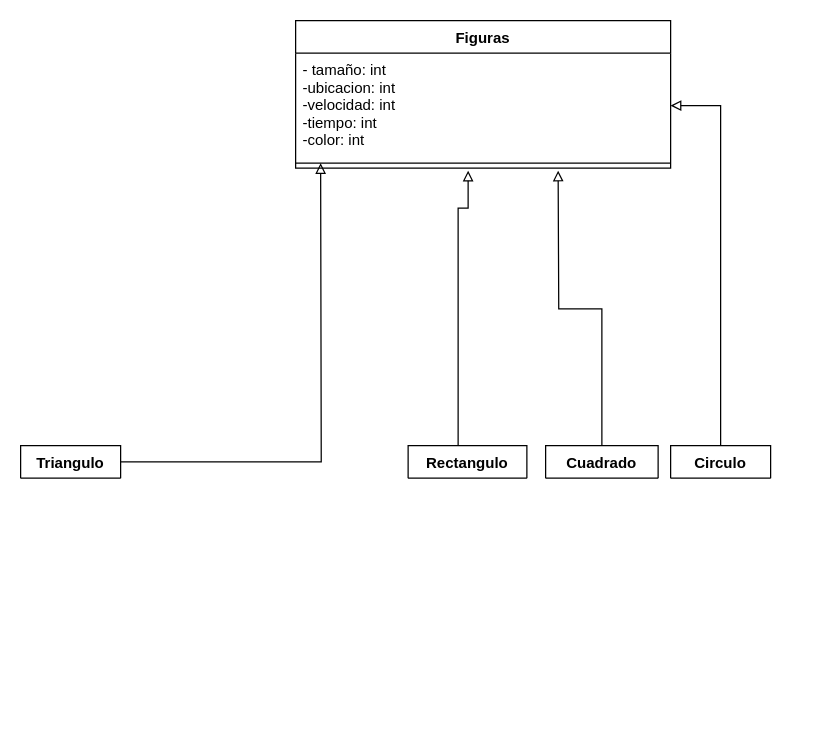
Before: Untitled Diagram.drawio in 110318/Visual-Studio, a draw.io diagram. Source tidied: cells renumbered, new cells numbered last; positions are measured from the earlier drawing's top-left corner, leaving out a move shared by most shapes. Both pictures are drawn from the tidied source at 125%, with x=0, y=0 at pixel (20, 20).
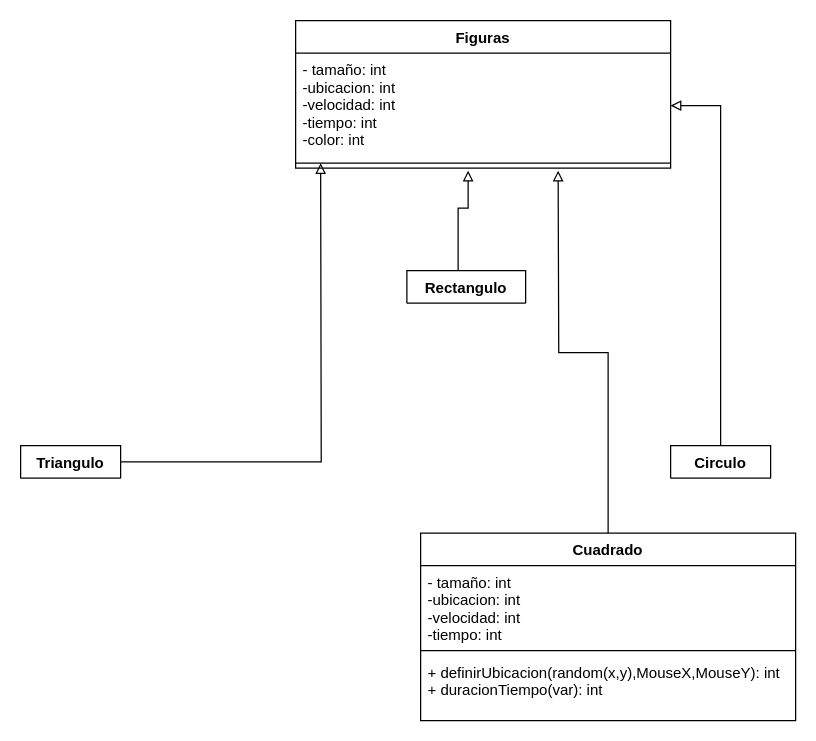
After the change.

Commit message:
Clase cuadrado

The edit, as a diff of the source:
```diff
@@
 <mxGraphModel>
   <root>
     <mxCell id="0" />
     <mxCell id="1" parent="0" />
     <mxCell id="2" value="Figuras" style="swimlane;fontStyle=1;align=center;verticalAlign=top;horizontal=1;startSize=26;" parent="1" vertex="1">
       <mxGeometry x="220" width="300" height="118" as="geometry" />
     </mxCell>
     <mxCell id="3" value="- tamaño: int&#10;-ubicacion: int&#10;-velocidad: int&#10;-tiempo: int&#10;-color: int " style="text;strokeColor=none;fillColor=none;align=left;verticalAlign=top;spacingLeft=4;spacingRight=4;overflow=hidden;points=[[0,0.5],[1,0.5]];portConstraint=eastwest;" parent="2" vertex="1">
       <mxGeometry y="26" width="300" height="84" as="geometry" />
     </mxCell>
     <mxCell id="4" style="line;strokeWidth=1;fillColor=none;align=left;verticalAlign=middle;spacingTop=-1;spacingLeft=3;spacingRight=3;labelPosition=right;" parent="2" vertex="1">
       <mxGeometry y="110" width="300" height="8" as="geometry" />
     </mxCell>
     <mxCell id="5" style="edgeStyle=orthogonalEdgeStyle;rounded=0;jettySize=auto;html=1;endArrow=block;endFill=0;" parent="1" edge="1" source="6" target="3">
       <mxGeometry relative="1" as="geometry" />
     </mxCell>
     <mxCell id="6" value="Circulo" style="swimlane;fontStyle=1;align=center;verticalAlign=top;horizontal=1;startSize=26;" parent="1" vertex="1" collapsed="1">
       <mxGeometry x="520" y="340" width="80" height="26" as="geometry" />
     </mxCell>
     <mxCell id="7" style="edgeStyle=orthogonalEdgeStyle;rounded=0;jettySize=auto;html=1;endArrow=block;endFill=0;" parent="1" edge="1" source="8">
       <mxGeometry relative="1" as="geometry">
         <mxPoint x="430" y="120" as="targetPoint" />
       </mxGeometry>
     </mxCell>
-    <mxCell id="8" value="Cuadrado" style="swimlane;fontStyle=1;align=center;verticalAlign=top;horizontal=1;startSize=26;" parent="1" vertex="1" collapsed="1">
-      <mxGeometry x="420" y="340" width="90" height="26" as="geometry" />
+    <mxCell id="8" value="Cuadrado" style="swimlane;fontStyle=1;align=center;verticalAlign=top;horizontal=1;startSize=26;" parent="1" vertex="1">
+      <mxGeometry x="320" y="410" width="300" height="150" as="geometry" />
     </mxCell>
+    <mxCell id="13" value="- tamaño: int&#10;-ubicacion: int&#10;-velocidad: int&#10;-tiempo: int" style="text;strokeColor=none;fillColor=none;align=left;verticalAlign=top;spacingLeft=4;spacingRight=4;overflow=hidden;" parent="8" vertex="1">
+      <mxGeometry y="26" width="300" height="64" as="geometry" />
+    </mxCell>
+    <mxCell id="14" style="line;strokeWidth=1;fillColor=none;align=left;verticalAlign=middle;spacingTop=-1;spacingLeft=3;spacingRight=3;labelPosition=right;" parent="8" vertex="1">
+      <mxGeometry y="90" width="300" height="8" as="geometry" />
+    </mxCell>
+    <mxCell id="15" value="+ definirUbicacion(random(x,y),MouseX,MouseY): int&#10;+ duracionTiempo(var): int&#10;" style="text;strokeColor=none;fillColor=none;align=left;verticalAlign=top;spacingLeft=4;spacingRight=4;overflow=hidden;" parent="8" vertex="1">
+      <mxGeometry y="98" width="300" height="52" as="geometry" />
+    </mxCell>
     <mxCell id="9" style="edgeStyle=orthogonalEdgeStyle;rounded=0;jettySize=auto;html=1;endArrow=block;endFill=0;" parent="1" edge="1" source="10">
       <mxGeometry relative="1" as="geometry">
         <mxPoint x="240" y="114" as="targetPoint" />
       </mxGeometry>
     </mxCell>
     <mxCell id="10" value="Triangulo" style="swimlane;fontStyle=1;align=center;verticalAlign=top;horizontal=1;startSize=26;" parent="1" vertex="1" collapsed="1">
       <mxGeometry y="340" width="80" height="26" as="geometry" />
     </mxCell>
     <mxCell id="11" style="edgeStyle=orthogonalEdgeStyle;rounded=0;jettySize=auto;html=1;endArrow=block;endFill=0;" parent="1" edge="1" source="12">
       <mxGeometry relative="1" as="geometry">
         <mxPoint x="358" y="120" as="targetPoint" />
         <Array as="points">
           <mxPoint x="350" y="150" />
           <mxPoint x="358" y="150" />
         </Array>
       </mxGeometry>
     </mxCell>
     <mxCell id="12" value="Rectangulo" style="swimlane;fontStyle=1;align=center;verticalAlign=top;horizontal=1;startSize=26;" parent="1" vertex="1" collapsed="1">
-      <mxGeometry x="310" y="340" width="95" height="26" as="geometry" />
+      <mxGeometry x="309" y="200" width="95" height="26" as="geometry" />
     </mxCell>
   </root>
 </mxGraphModel>
```
